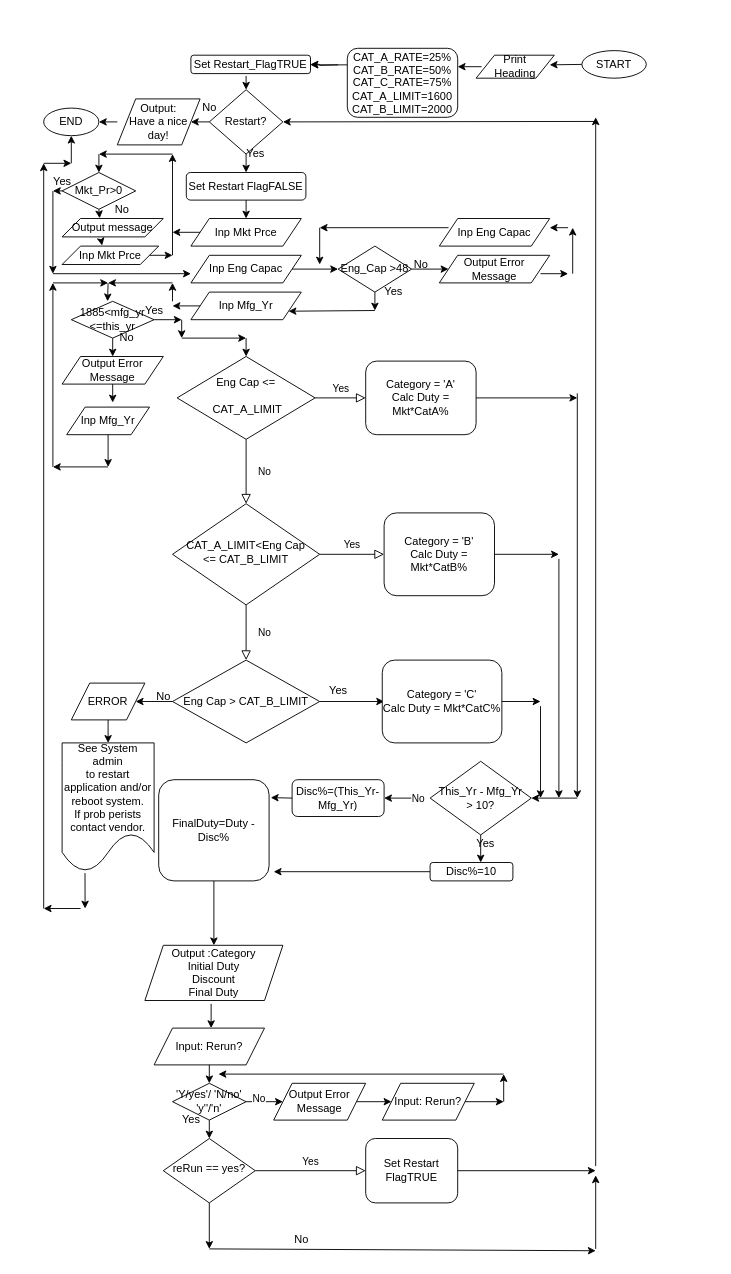
john-itcsolutions/Elastos keeps this draw.io diagram as Untitled Diagram.drawio. Above is the earlier version. Source tidied: cells renumbered, new cells numbered last; positions are measured from the earlier drawing's top-left corner, leaving out a move shared by most shapes. Both pictures are drawn from the tidied source at 92%, with x=0, y=0 at pixel (43, 48).
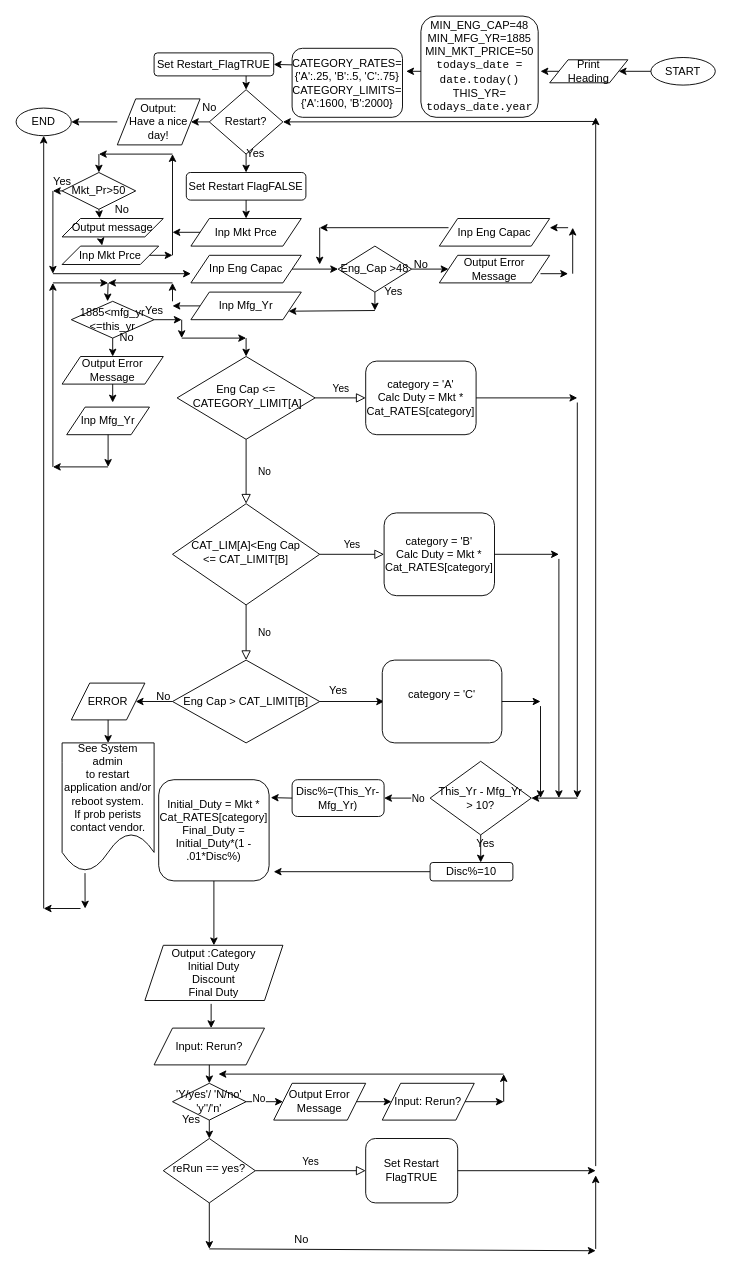
Above is the later version.

Change to the diagram source:
```diff
@@
-    <mxCell id="3" value="&lt;div&gt;Eng Cap &amp;lt;=&lt;/div&gt;&lt;div&gt;&lt;br&gt;&lt;/div&gt;&amp;nbsp;CAT_A_LIMIT" style="rhombus;whiteSpace=wrap;html=1;shadow=0;fontFamily=Helvetica;fontSize=12;align=center;strokeWidth=1;spacing=6;spacingTop=-4;" parent="1" vertex="1">
+    <mxCell id="3" value="&lt;div&gt;Eng Cap &amp;lt;=&lt;/div&gt;&amp;nbsp;CATEGORY_LIMIT[A]" style="rhombus;whiteSpace=wrap;html=1;shadow=0;fontFamily=Helvetica;fontSize=12;align=center;strokeWidth=1;spacing=6;spacingTop=-4;" parent="1" vertex="1">
       <mxGeometry x="145" y="335" width="150" height="90" as="geometry" />
     </mxCell>
-    <mxCell id="4" value="Category = 'A'&lt;br&gt;&lt;div&gt;Calc Duty = Mkt*CatA%&lt;/div&gt;" style="rounded=1;whiteSpace=wrap;html=1;fontSize=12;glass=0;strokeWidth=1;shadow=0;" parent="1" vertex="1">
+    <mxCell id="4" value="category = 'A'&lt;br&gt;&lt;div&gt;Calc Duty = Mkt * &lt;br&gt;&lt;/div&gt;&lt;div&gt;Cat_RATES[category]&lt;/div&gt;" style="rounded=1;whiteSpace=wrap;html=1;fontSize=12;glass=0;strokeWidth=1;shadow=0;" parent="1" vertex="1">
       <mxGeometry x="350" y="340" width="120" height="80" as="geometry" />
     </mxCell>
@@
-    <mxCell id="6" value="&lt;div&gt;CAT_A_LIMIT&amp;lt;Eng Cap&lt;br&gt;&lt;/div&gt;&lt;div&gt;&amp;lt;= CAT_B_LIMIT&lt;br&gt;&lt;/div&gt;" style="rhombus;whiteSpace=wrap;html=1;shadow=0;fontFamily=Helvetica;fontSize=12;align=center;strokeWidth=1;spacing=6;spacingTop=-4;" parent="1" vertex="1">
+    <mxCell id="6" value="&lt;div&gt;CAT_LIM[A]&amp;lt;Eng Cap&lt;br&gt;&lt;/div&gt;&lt;div&gt;&amp;lt;= CAT_LIMIT[B]&lt;br&gt;&lt;/div&gt;" style="rhombus;whiteSpace=wrap;html=1;shadow=0;fontFamily=Helvetica;fontSize=12;align=center;strokeWidth=1;spacing=6;spacingTop=-4;" parent="1" vertex="1">
       <mxGeometry x="140" y="495" width="160" height="110" as="geometry" />
     </mxCell>
@@
     <mxCell id="8" value="START" style="ellipse;whiteSpace=wrap;html=1;" parent="1" vertex="1">
-      <mxGeometry x="585" y="2.5" width="70" height="30" as="geometry" />
+      <mxGeometry x="660" y="10" width="70" height="30" as="geometry" />
     </mxCell>
@@
-    <mxCell id="21" value="Category = 'B'&lt;br&gt;&lt;div&gt;Calc Duty = Mkt*CatB%&lt;/div&gt;" style="rounded=1;whiteSpace=wrap;html=1;fontSize=12;glass=0;strokeWidth=1;shadow=0;" parent="1" vertex="1">
+    <mxCell id="21" value="category = 'B'&lt;br&gt;&lt;div&gt;&lt;div&gt;&lt;div&gt;Calc Duty = Mkt * &lt;br&gt;&lt;/div&gt;&lt;div&gt;Cat_RATES[category]&lt;/div&gt;&lt;/div&gt;&lt;/div&gt;" style="rounded=1;whiteSpace=wrap;html=1;fontSize=12;glass=0;strokeWidth=1;shadow=0;" parent="1" vertex="1">
       <mxGeometry x="370" y="505" width="120" height="90" as="geometry" />
     </mxCell>
@@
-    <mxCell id="23" value="Eng Cap &amp;gt; CAT_B_LIMIT" style="rhombus;whiteSpace=wrap;html=1;" parent="1" vertex="1">
+    <mxCell id="23" value="Eng Cap &amp;gt; CAT_LIMIT[B]" style="rhombus;whiteSpace=wrap;html=1;" parent="1" vertex="1">
       <mxGeometry x="140" y="665" width="160" height="90" as="geometry" />
     </mxCell>
@@
-    <mxCell id="25" value="Category = 'C'&lt;br&gt;&lt;div&gt;Calc Duty = Mkt*CatC%&lt;/div&gt;" style="rounded=1;whiteSpace=wrap;html=1;" parent="1" vertex="1">
+    <mxCell id="25" value="category = 'C'&lt;br&gt;&lt;div&gt;&lt;div&gt;&lt;br&gt;&lt;/div&gt;&lt;/div&gt;" style="rounded=1;whiteSpace=wrap;html=1;" parent="1" vertex="1">
       <mxGeometry x="368" y="665" width="130" height="90" as="geometry" />
     </mxCell>
     <mxCell id="26" style="endArrow=classic;html=1;" parent="1" edge="1">
       <mxGeometry relative="1" as="geometry">
-        <mxPoint x="580" y="375" as="sourcePoint" />
+        <mxPoint x="580" y="385" as="sourcePoint" />
         <mxPoint x="580" y="815" as="targetPoint" />
       </mxGeometry>
     </mxCell>
@@
-    <mxCell id="47" value="FinalDuty=Duty - Disc%" style="rounded=1;whiteSpace=wrap;html=1;" parent="1" vertex="1">
+    <mxCell id="47" value="&lt;div&gt;&lt;div&gt;&lt;div&gt;Initial_Duty = Mkt * &lt;br&gt;&lt;/div&gt;&lt;div&gt;Cat_RATES[category]&lt;/div&gt;&lt;/div&gt;&lt;/div&gt;&lt;div&gt;Final_Duty = Initial_Duty*(1 - .01*Disc%)&lt;/div&gt;" style="rounded=1;whiteSpace=wrap;html=1;" parent="1" vertex="1">
       <mxGeometry x="125" y="795" width="120" height="110" as="geometry" />
     </mxCell>
@@
-    <mxCell id="55" style="endArrow=classic;html=1;exitX=0;exitY=0.5;exitDx=0;exitDy=0;" parent="1" edge="1" source="8">
-      <mxGeometry relative="1" as="geometry">
-        <mxPoint x="550" y="18" as="targetPoint" />
-      </mxGeometry>
+    <mxCell id="55" style="endArrow=classic;html=1;exitX=0;exitY=0.5;exitDx=0;exitDy=0;entryX=1;entryY=0.5;entryDx=0;entryDy=0;" parent="1" edge="1" source="8" target="128">
+      <mxGeometry relative="1" as="geometry" />
     </mxCell>
@@
     <mxCell id="60" value="END" style="ellipse;whiteSpace=wrap;html=1;" parent="1" vertex="1">
-      <mxGeometry y="65" width="60" height="30" as="geometry" />
+      <mxGeometry x="-30" y="65" width="60" height="30" as="geometry" />
     </mxCell>
@@
     <mxCell id="64" value="Set Restart_FlagTRUE" style="rounded=1;whiteSpace=wrap;html=1;" parent="1" vertex="1">
-      <mxGeometry x="160" y="7.5" width="130" height="20" as="geometry" />
+      <mxGeometry x="120" y="5" width="130" height="25" as="geometry" />
     </mxCell>
@@
-    <mxCell id="81" value="Mkt_Pr&amp;gt;0" style="rhombus;whiteSpace=wrap;html=1;" parent="1" vertex="1">
+    <mxCell id="81" value="Mkt_Pr&amp;gt;50" style="rhombus;whiteSpace=wrap;html=1;" parent="1" vertex="1">
       <mxGeometry x="20" y="135" width="80" height="40" as="geometry" />
     </mxCell>
@@
-    <mxCell id="127" style="endArrow=classic;html=1;" parent="1" edge="1">
+    <mxCell id="127" style="endArrow=classic;html=1;entryX=1;entryY=0.5;entryDx=0;entryDy=0;" parent="1" edge="1" target="64">
       <mxGeometry relative="1" as="geometry">
-        <mxPoint x="340" y="18" as="sourcePoint" />
-        <mxPoint x="290" y="18" as="targetPoint" />
+        <mxPoint x="270" y="18" as="sourcePoint" />
       </mxGeometry>
     </mxCell>
     <mxCell id="128" value="&lt;div&gt;Print&lt;/div&gt;&lt;div&gt;Heading&lt;br&gt;&lt;/div&gt;" style="shape=parallelogram;perimeter=parallelogramPerimeter;whiteSpace=wrap;html=1;fixedSize=1;" parent="1" vertex="1">
-      <mxGeometry x="470" y="7.5" width="85" height="25" as="geometry" />
+      <mxGeometry x="550" y="12.5" width="85" height="25" as="geometry" />
     </mxCell>
@@
-    <mxCell id="133" style="endArrow=classic;html=1;" parent="1" edge="1">
+    <mxCell id="133" style="endArrow=classic;html=1;entryX=0.5;entryY=1;entryDx=0;entryDy=0;" parent="1" edge="1" target="60">
       <mxGeometry relative="1" as="geometry">
         <mxPoint y="935" as="sourcePoint" />
-        <mxPoint y="125" as="targetPoint" />
       </mxGeometry>
     </mxCell>
-    <mxCell id="134" style="endArrow=classic;html=1;" parent="1" edge="1">
-      <mxGeometry relative="1" as="geometry">
-        <mxPoint y="125" as="sourcePoint" />
-        <mxPoint x="30" y="125" as="targetPoint" />
-      </mxGeometry>
-    </mxCell>
-    <mxCell id="135" style="endArrow=classic;html=1;entryX=0.5;entryY=1;entryDx=0;entryDy=0;" parent="1" edge="1" target="60">
-      <mxGeometry relative="1" as="geometry">
-        <mxPoint x="30" y="125" as="sourcePoint" />
-      </mxGeometry>
-    </mxCell>
-    <mxCell id="136" style="edgeStyle=orthogonalEdgeStyle;rounded=0;jettySize=auto;html=1;" parent="1" edge="1" target="64">
-      <mxGeometry relative="1" as="geometry">
-        <mxPoint x="320" y="18" as="sourcePoint" />
-      </mxGeometry>
-    </mxCell>
-    <mxCell id="137" value="&lt;div&gt;CAT_A_RATE=25%&lt;/div&gt;&lt;div&gt;CAT_B_RATE=50%&lt;/div&gt;&lt;div&gt;CAT_C_RATE=75%&lt;br&gt;&lt;/div&gt;&lt;div&gt;CAT_A_LIMIT=1600&lt;/div&gt;&lt;div&gt;CAT_B_LIMIT=2000&lt;br&gt;&lt;/div&gt;" style="rounded=1;whiteSpace=wrap;html=1;" parent="1" vertex="1">
-      <mxGeometry x="330" width="120" height="75" as="geometry" />
+    <mxCell id="137" value="&lt;div&gt;CATEGORY_RATES=&lt;/div&gt;&lt;div&gt;{'A':.25, 'B':.5, 'C':.75}&lt;br&gt;&lt;/div&gt;&lt;div&gt;CATEGORY_LIMITS=&lt;/div&gt;&lt;div&gt;{'A':1600, 'B':2000}&lt;br&gt;&lt;/div&gt;" style="rounded=1;whiteSpace=wrap;html=1;" parent="1" vertex="1">
+      <mxGeometry x="270" width="120" height="75" as="geometry" />
     </mxCell>
@@
+    <mxCell id="139" value="&lt;div&gt;MIN_ENG_CAP=48&lt;/div&gt;&lt;div&gt;MIN_MFG_YR=1885&lt;/div&gt;&lt;div&gt;MIN_MKT_PRICE=50&lt;/div&gt;&lt;div&gt;&lt;div class=&quot;line number5 index4 alt2&quot;&gt;&lt;code class=&quot;plain&quot;&gt;todays_date &lt;/code&gt;&lt;code class=&quot;keyword&quot;&gt;=&lt;/code&gt; &lt;code class=&quot;plain&quot;&gt;date.today() &lt;/code&gt;&lt;/div&gt;&lt;/div&gt;&lt;div&gt;THIS_YR=&lt;code class=&quot;plain&quot;&gt;&lt;br&gt;&lt;/code&gt;&lt;/div&gt;&lt;div&gt;&lt;code class=&quot;plain&quot;&gt;todays_date.year&lt;/code&gt;&lt;/div&gt;" style="rounded=1;whiteSpace=wrap;html=1;" parent="1" vertex="1">
+      <mxGeometry x="410" y="-35" width="127.5" height="110" as="geometry" />
+    </mxCell>
+    <mxCell id="140" style="endArrow=classic;html=1;" parent="1" edge="1" source="128">
+      <mxGeometry relative="1" as="geometry">
+        <mxPoint x="540" y="25" as="targetPoint" />
+      </mxGeometry>
+    </mxCell>
+    <mxCell id="141" style="endArrow=classic;html=1;" parent="1" edge="1">
+      <mxGeometry relative="1" as="geometry">
+        <mxPoint x="410" y="25" as="sourcePoint" />
+        <mxPoint x="394" y="25" as="targetPoint" />
+      </mxGeometry>
+    </mxCell>
```
